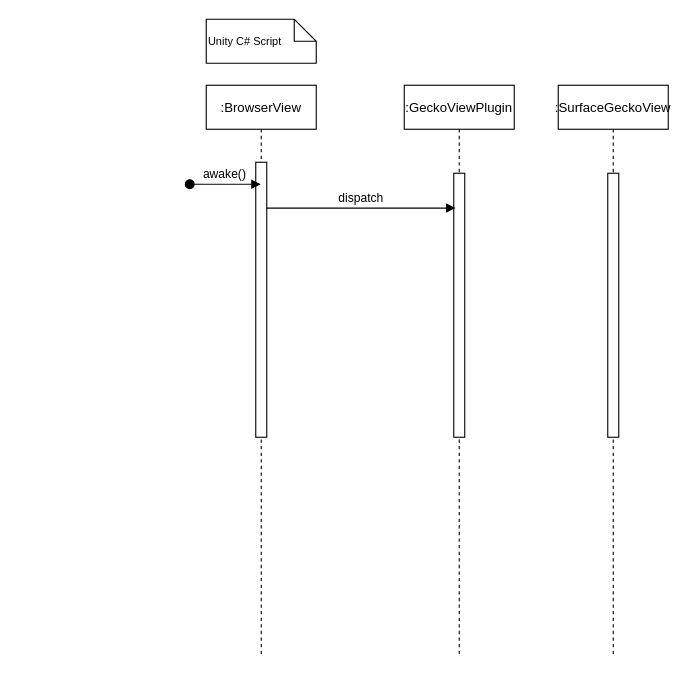
xrchisense/xrevent-broadcaster-unity keeps this draw.io diagram as Documentation/Diagrams/DrawIo/SeqDiag_UnityGeckoView.drawio. Above is the earlier version. Source tidied: cells renumbered, new cells numbered last; positions are measured from the earlier drawing's top-left corner, leaving out a move shared by most shapes. Both pictures are drawn from the tidied source at 110%, with x=0, y=0 at pixel (189, 19).
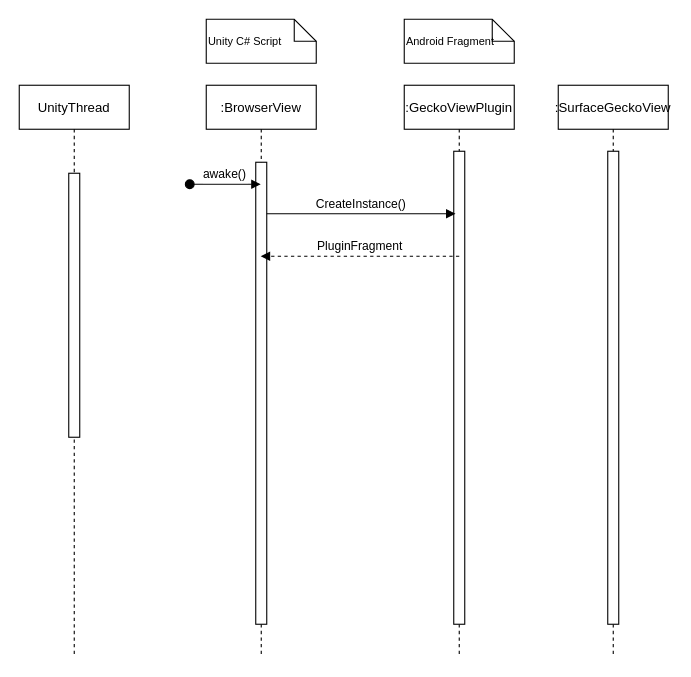
After the change.

The edit, as a diff of the source:
```diff
@@
 <mxGraphModel>
   <root>
     <mxCell id="0" />
     <mxCell id="1" parent="0" />
     <mxCell id="2" value=":BrowserView" style="shape=umlLifeline;perimeter=lifelinePerimeter;rounded=0;shadow=0;strokeWidth=1;" parent="1" vertex="1">
       <mxGeometry x="15" y="60" width="100" height="520" as="geometry" />
     </mxCell>
     <mxCell id="3" style="points=[];perimeter=orthogonalPerimeter;rounded=0;shadow=0;strokeWidth=1;" parent="2" vertex="1">
-      <mxGeometry x="45" y="70" width="10" height="250" as="geometry" />
+      <mxGeometry x="45" y="70" width="10" height="420" as="geometry" />
     </mxCell>
     <mxCell id="4" value="awake()" style="verticalAlign=bottom;startArrow=oval;endArrow=block;startSize=8;shadow=0;strokeWidth=1;" parent="2" edge="1" target="2">
       <mxGeometry relative="1" as="geometry">
         <mxPoint x="-15" y="90" as="sourcePoint" />
       </mxGeometry>
     </mxCell>
     <mxCell id="5" value=":GeckoViewPlugin" style="shape=umlLifeline;perimeter=lifelinePerimeter;rounded=0;shadow=0;strokeWidth=1;" parent="1" vertex="1">
       <mxGeometry x="195" y="60" width="100" height="520" as="geometry" />
     </mxCell>
     <mxCell id="6" style="points=[];perimeter=orthogonalPerimeter;rounded=0;shadow=0;strokeWidth=1;" parent="5" vertex="1">
-      <mxGeometry x="45" y="80" width="10" height="240" as="geometry" />
+      <mxGeometry x="45" y="60" width="10" height="430" as="geometry" />
     </mxCell>
-    <mxCell id="7" value="dispatch" style="verticalAlign=bottom;endArrow=block;entryX=0.159;entryY=0.132;shadow=0;strokeWidth=1;entryDx=0;entryDy=0;entryPerimeter=0;" parent="1" edge="1" source="3" target="6">
+    <mxCell id="7" value="CreateInstance()" style="verticalAlign=bottom;endArrow=block;entryX=0.159;entryY=0.132;shadow=0;strokeWidth=1;entryDx=0;entryDy=0;entryPerimeter=0;" parent="1" edge="1" source="3" target="6">
       <mxGeometry relative="1" as="geometry" />
     </mxCell>
     <mxCell id="8" value=":SurfaceGeckoView" style="shape=umlLifeline;perimeter=lifelinePerimeter;rounded=0;shadow=0;strokeWidth=1;" parent="1" vertex="1">
       <mxGeometry x="335" y="60" width="100" height="520" as="geometry" />
     </mxCell>
     <mxCell id="9" style="perimeter=orthogonalPerimeter;rounded=0;shadow=0;strokeWidth=1;" parent="8" vertex="1">
-      <mxGeometry x="45" y="80" width="10" height="240" as="geometry" />
+      <mxGeometry x="45" y="60" width="10" height="430" as="geometry" />
     </mxCell>
     <mxCell id="10" value="&lt;div align=&quot;left&quot;&gt;&lt;font style=&quot;font-size: 10px;&quot;&gt;Unity C# Script&lt;/font&gt;&lt;br&gt;&lt;/div&gt;" style="shape=note;size=20;whiteSpace=wrap;html=1;align=left;" parent="1" vertex="1">
       <mxGeometry x="15" width="100" height="40" as="geometry" />
     </mxCell>
+    <mxCell id="11" value="UnityThread" style="shape=umlLifeline;perimeter=lifelinePerimeter;rounded=0;shadow=0;strokeWidth=1;" parent="1" vertex="1">
+      <mxGeometry x="-155" y="60" width="100" height="520" as="geometry" />
+    </mxCell>
+    <mxCell id="12" style="perimeter=orthogonalPerimeter;rounded=0;shadow=0;strokeWidth=1;" parent="11" vertex="1">
+      <mxGeometry x="45" y="80" width="10" height="240" as="geometry" />
+    </mxCell>
+    <mxCell id="13" value="Android Fragment" style="shape=note;size=20;whiteSpace=wrap;html=1;align=left;fontSize=10;" parent="1" vertex="1">
+      <mxGeometry x="195" width="100" height="40" as="geometry" />
+    </mxCell>
+    <mxCell id="14" value="PluginFragment" style="verticalAlign=bottom;endArrow=block;shadow=0;strokeWidth=1;exitX=0.5;exitY=0.222;exitDx=0;exitDy=0;exitPerimeter=0;dashed=1;" parent="1" edge="1" source="6" target="2">
+      <mxGeometry relative="1" as="geometry" />
+    </mxCell>
   </root>
 </mxGraphModel>
```
